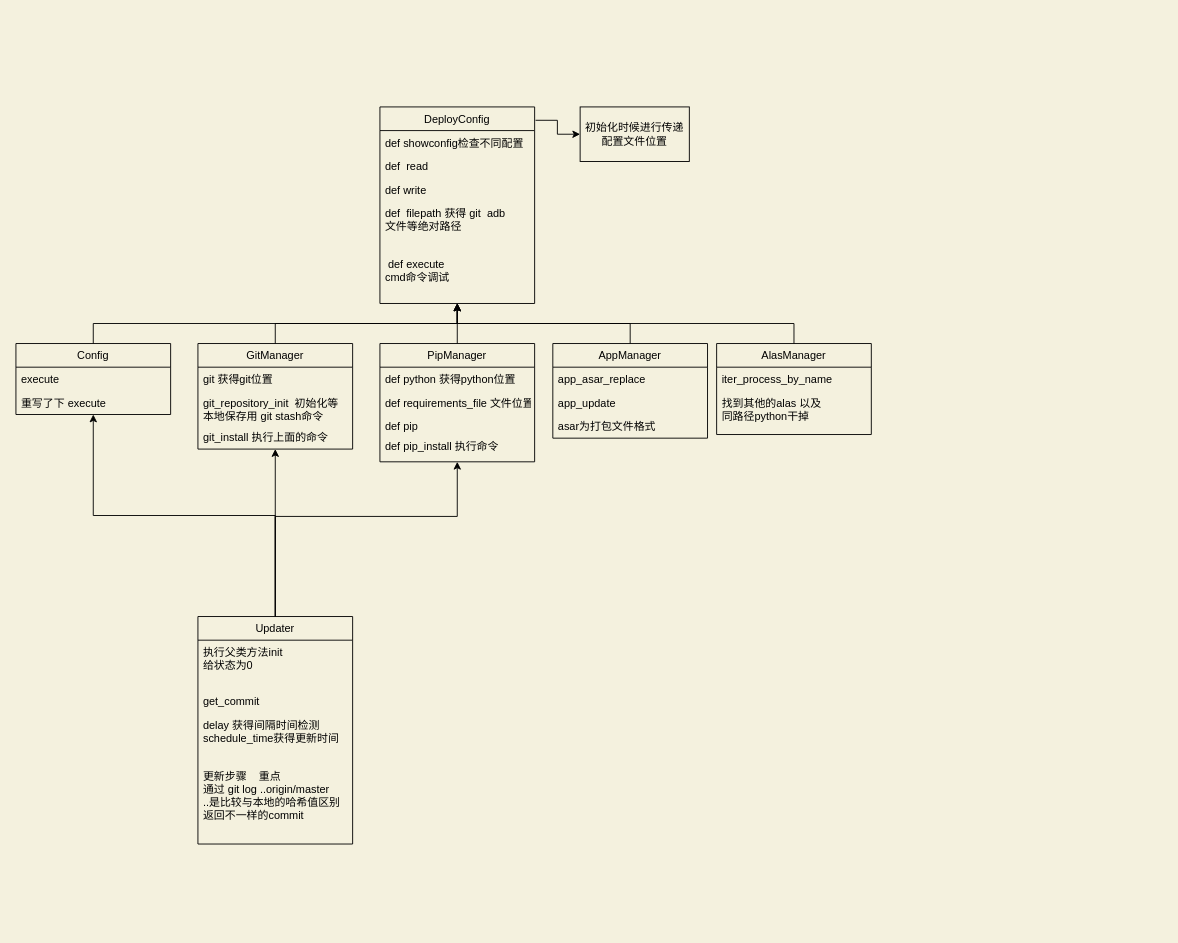
Before: alas分解/我看到的流程图.drawio in z291384521/Python-notebook, a draw.io diagram. Source tidied: cells renumbered, new cells numbered last; positions are measured from the earlier drawing's top-left corner, leaving out a move shared by most shapes. Both pictures are drawn from the tidied source at 91%, with x=0, y=0 at pixel (15, 106).
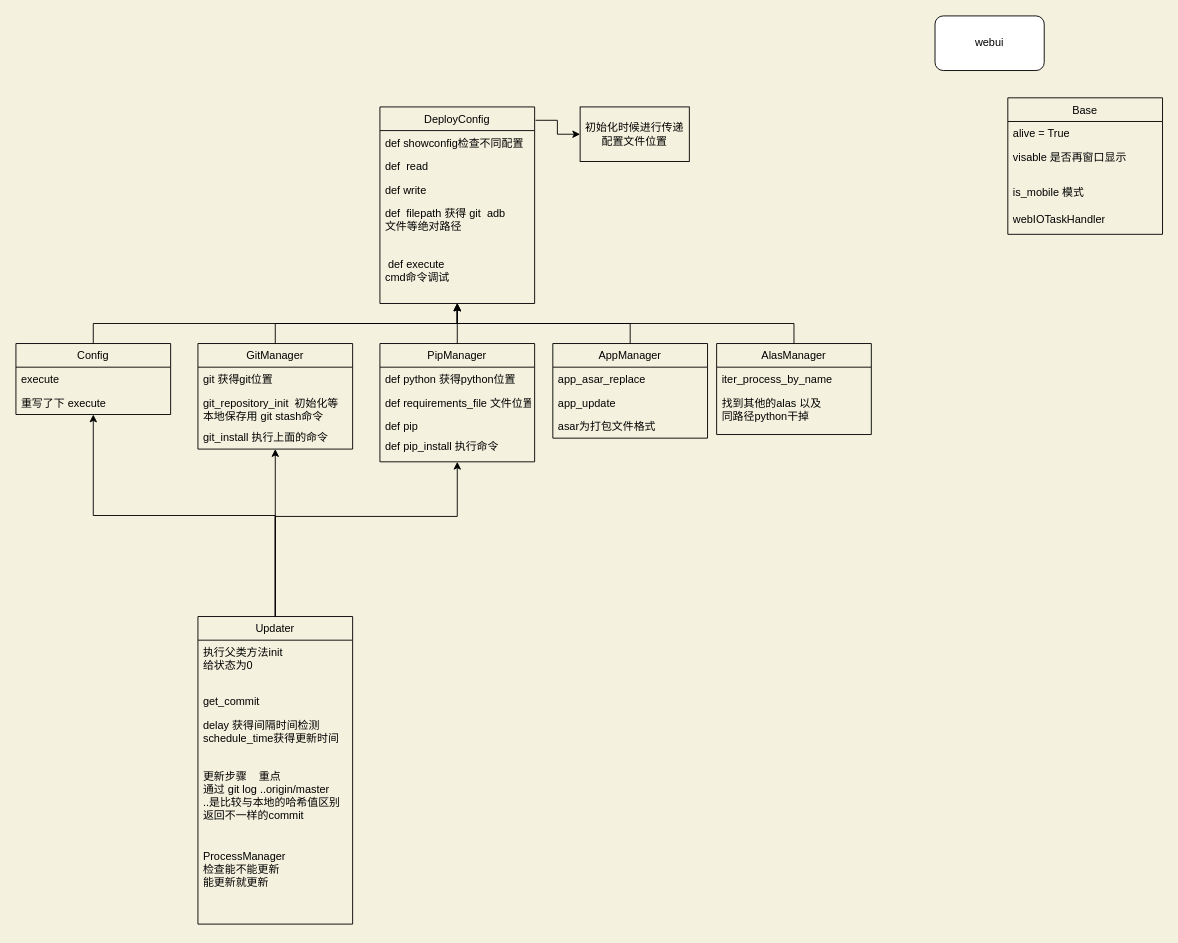
Above is the later version.

Commit message:
更新我看到的流程图.drawio

Diff of the diagram source:
```diff
@@
     <mxCell id="37" value="Updater" style="swimlane;fontStyle=0;horizontal=1;startSize=26;fillColor=none;" parent="1" vertex="1">
-      <mxGeometry x="200" y="560" width="170" height="250" as="geometry" />
+      <mxGeometry x="200" y="560" width="170" height="338" as="geometry" />
     </mxCell>
@@
+    <mxCell id="42" value="ProcessManager&#10;检查能不能更新&#10;能更新就更新" style="text;strokeColor=none;fillColor=none;align=left;verticalAlign=top;spacingLeft=4;spacingRight=4;overflow=hidden;whiteSpace=wrap;" parent="37" vertex="1">
+      <mxGeometry y="250" width="170" height="88" as="geometry" />
+    </mxCell>
+    <mxCell id="43" value="Base" style="swimlane;fontStyle=0;horizontal=1;startSize=26;fillColor=none;" parent="1" vertex="1">
+      <mxGeometry x="1090" y="-10" width="170" height="150" as="geometry" />
+    </mxCell>
+    <mxCell id="44" value="alive = True" style="text;strokeColor=none;fillColor=none;align=left;verticalAlign=top;spacingLeft=4;spacingRight=4;overflow=hidden;" parent="43" vertex="1">
+      <mxGeometry y="26" width="170" height="26" as="geometry" />
+    </mxCell>
+    <mxCell id="45" value="visable 是否再窗口显示&#10;" style="text;strokeColor=none;fillColor=none;align=left;verticalAlign=top;spacingLeft=4;spacingRight=4;overflow=hidden;whiteSpace=wrap;" parent="43" vertex="1">
+      <mxGeometry y="52" width="170" height="38" as="geometry" />
+    </mxCell>
+    <mxCell id="46" value="is_mobile 模式" style="text;strokeColor=none;fillColor=none;align=left;verticalAlign=top;spacingLeft=4;spacingRight=4;overflow=hidden;whiteSpace=wrap;" parent="43" vertex="1">
+      <mxGeometry y="90" width="170" height="30" as="geometry" />
+    </mxCell>
+    <mxCell id="47" value="webIOTaskHandler" style="text;strokeColor=none;fillColor=none;align=left;verticalAlign=top;spacingLeft=4;spacingRight=4;overflow=hidden;whiteSpace=wrap;" parent="43" vertex="1">
+      <mxGeometry y="120" width="170" height="30" as="geometry" />
+    </mxCell>
+    <mxCell id="48" style="rounded=1;whiteSpace=wrap;html=1;" parent="1" vertex="1">
+      <mxGeometry x="1010" y="-100" width="120" height="60" as="geometry" />
+    </mxCell>
+    <mxCell id="49" value="webui" style="text;html=1;strokeColor=none;fillColor=none;align=center;verticalAlign=middle;whiteSpace=wrap;rounded=0;" parent="1" vertex="1">
+      <mxGeometry x="1020" y="-90" width="100" height="40" as="geometry" />
+    </mxCell>
```
